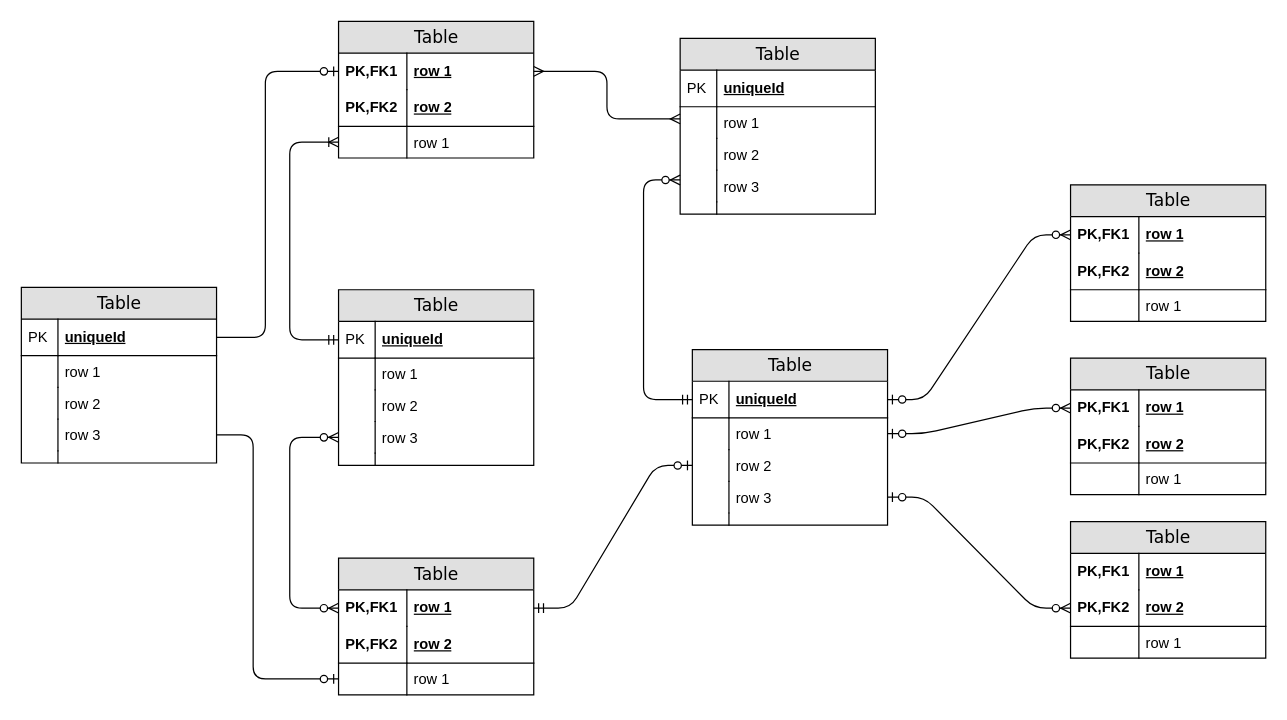
Above: Minecraft ERD.drawio in nerdsrock912/Minecraft-Waypoint-Tracker (draw.io), before the change. Source tidied: cells renumbered, new cells numbered last; positions are measured from the earlier drawing's top-left corner, leaving out a move shared by most shapes. Both pictures are drawn from the tidied source at 122%, with x=0, y=0 at pixel (21, 21).
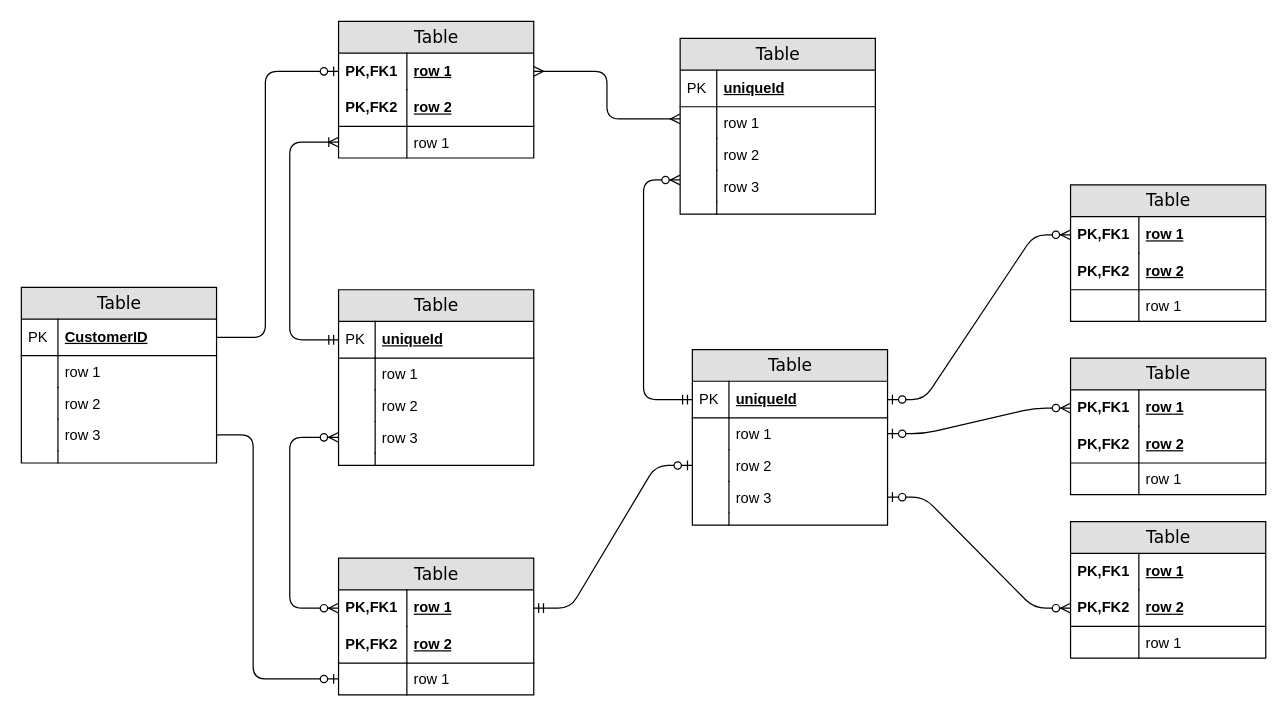
The same diagram, later.

The change refers to these unchanged cells:
```xml
<mxCell id="78" value="Table" style="swimlane;html=1;fontStyle=0;horizontal=1;startSize=26;fillColor=#e0e0e0;swimlaneFillColor=#ffffff;align=center;rounded=0;shadow=0;comic=0;labelBackgroundColor=none;strokeWidth=1;fontFamily=Verdana;fontSize=14;" parent="1" vertex="1">
  <mxGeometry y="218" width="160" height="144" as="geometry" />
</mxCell>
```

Diff of the diagram source:
```diff
@@
-    <mxCell id="79" value="uniqueId" style="shape=partialRectangle;top=0;left=0;right=0;bottom=1;html=1;align=left;verticalAlign=middle;fillColor=none;spacingLeft=34;spacingRight=4;whiteSpace=wrap;overflow=hidden;points=[[0,0.5],[1,0.5]];portConstraint=eastwest;fontStyle=5;" parent="78" vertex="1">
+    <mxCell id="79" value="CustomerID" style="shape=partialRectangle;top=0;left=0;right=0;bottom=1;html=1;align=left;verticalAlign=middle;fillColor=none;spacingLeft=34;spacingRight=4;whiteSpace=wrap;overflow=hidden;points=[[0,0.5],[1,0.5]];portConstraint=eastwest;fontStyle=5;" parent="78" vertex="1">
       <mxGeometry y="26" width="160" height="30" as="geometry" />
     </mxCell>
```
